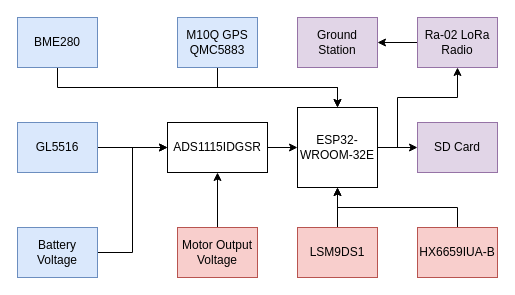
Earlier version of the draw.io diagram schematics/dataHandling.drawio.xml (MikoZ321/resat). Source tidied: cells renumbered, new cells numbered last; positions are measured from the earlier drawing's top-left corner, leaving out a move shared by most shapes. Both pictures are drawn from the tidied source at 100%, with x=0, y=0 at pixel (17, 17).
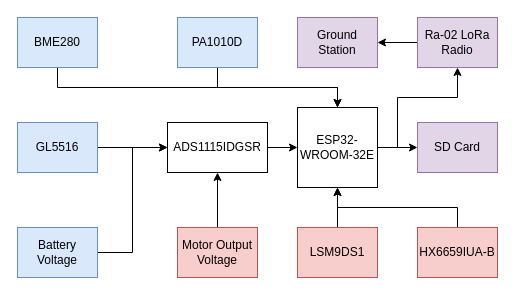
The same page after the edit.

Diff of the diagram source:
```diff
@@
-    <mxCell id="3" value="M10Q GPS QMC5883" style="rounded=0;whiteSpace=wrap;html=1;fontSize=12;glass=0;strokeWidth=1;shadow=0;perimeterSpacing=0;fillColor=#dae8fc;strokeColor=#6c8ebf;" parent="1" vertex="1">
+    <mxCell id="3" value="PA1010D" style="rounded=0;whiteSpace=wrap;html=1;fontSize=12;glass=0;strokeWidth=1;shadow=0;perimeterSpacing=0;fillColor=#dae8fc;strokeColor=#6c8ebf;" parent="1" vertex="1">
       <mxGeometry x="160" width="80" height="50" as="geometry" />
     </mxCell>
```
